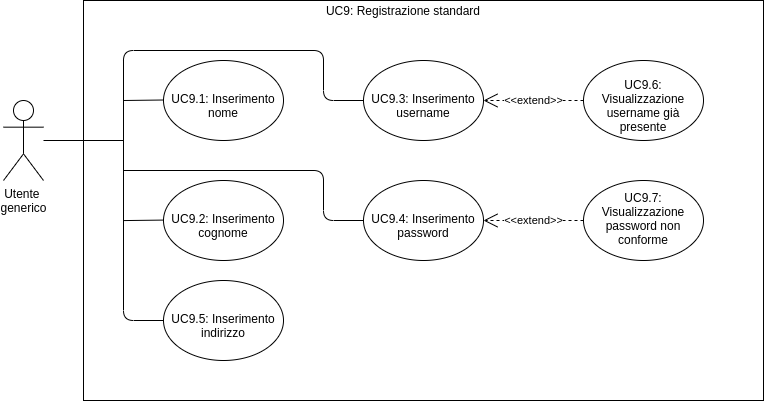
Above: Images/AnalisiRequisiti/UC09.png in techsweave/TechSWEaveDocumentation (draw.io), before the change. Source tidied: cells renumbered, new cells last; positions are measured from the earlier drawing's top-left corner, leaving out a move shared by most shapes.
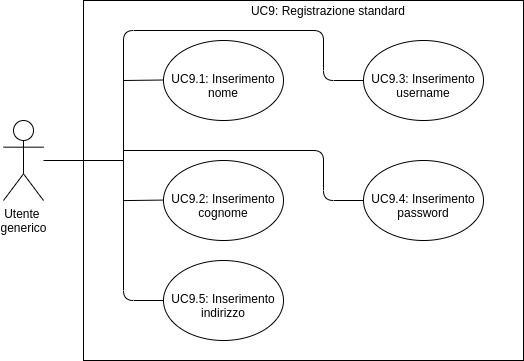
The same diagram one commit later.

Change to the diagram source:
```diff
@@ -3,13 +3,13 @@
     <mxCell id="0" />
     <mxCell id="1" parent="0" />
     <mxCell id="2" style="rounded=0;whiteSpace=wrap;html=1;fillColor=none;" parent="1" vertex="1">
-      <mxGeometry x="80" width="680" height="400" as="geometry" />
+      <mxGeometry x="80" y="20" width="440" height="360" as="geometry" />
     </mxCell>
     <mxCell id="3" style="edgeStyle=orthogonalEdgeStyle;rounded=0;jettySize=auto;html=1;entryX=0;entryY=0.5;entryDx=0;entryDy=0;strokeColor=none;" parent="1" edge="1" source="4" target="5">
       <mxGeometry relative="1" as="geometry" />
     </mxCell>
     <mxCell id="4" value="&lt;div&gt;Utente &lt;br&gt;&lt;/div&gt;&lt;div&gt;generico&lt;/div&gt;" style="shape=umlActor;verticalLabelPosition=bottom;verticalAlign=top;html=1;outlineConnect=0;" parent="1" vertex="1">
-      <mxGeometry y="100" width="40" height="80" as="geometry" />
+      <mxGeometry y="140" width="40" height="80" as="geometry" />
     </mxCell>
     <mxCell id="5" value="UC9.1: Inserimento nome" style="ellipse;whiteSpace=wrap;html=1;spacingTop=10;fillColor=none;" parent="1" vertex="1">
       <mxGeometry x="160" y="60" width="120" height="80" as="geometry" />
@@ -19,8 +19,8 @@
     </mxCell>
     <mxCell id="7" style="endArrow=none;html=1;" parent="1" edge="1">
       <mxGeometry relative="1" as="geometry">
-        <mxPoint x="40" y="140" as="sourcePoint" />
-        <mxPoint x="120" y="140" as="targetPoint" />
+        <mxPoint x="40" y="180" as="sourcePoint" />
+        <mxPoint x="120" y="180" as="targetPoint" />
       </mxGeometry>
     </mxCell>
     <mxCell id="8" style="endArrow=none;html=1;exitX=0;exitY=0.5;exitDx=0;exitDy=0;entryX=0;entryY=0.5;entryDx=0;entryDy=0;" parent="1" edge="1" source="18" target="9">
@@ -54,23 +54,9 @@
         </Array>
       </mxGeometry>
     </mxCell>
-    <mxCell id="13" value="&lt;div&gt;&lt;span&gt;UC9.6: Visualizzazione username già presente&lt;/span&gt;&lt;/div&gt;" style="ellipse;whiteSpace=wrap;html=1;spacingTop=10;fillColor=none;align=center;" parent="1" vertex="1">
-      <mxGeometry x="580" y="60" width="120" height="80" as="geometry" />
-    </mxCell>
-    <mxCell id="14" value="&amp;lt;&amp;lt;extend&amp;gt;&amp;gt;" style="endArrow=open;endSize=12;dashed=1;html=1;exitX=0;exitY=0.5;exitDx=0;exitDy=0;entryX=1;entryY=0.5;entryDx=0;entryDy=0;" parent="1" edge="1" source="13" target="9">
-      <mxGeometry relative="1" as="geometry" />
-    </mxCell>
     <mxCell id="15" value="UC9: Registrazione standard" style="text;html=1;strokeColor=none;fillColor=none;align=center;verticalAlign=middle;whiteSpace=wrap;rounded=0;" parent="1" vertex="1">
-      <mxGeometry x="315" width="170" height="20" as="geometry" />
+      <mxGeometry x="240" y="20" width="170" height="20" as="geometry" />
     </mxCell>
-    <mxCell id="16" value="&lt;div&gt;&lt;span&gt;UC9.7: Visualizzazione password non conforme&lt;/span&gt;&lt;/div&gt;&lt;div&gt;&lt;span&gt;&lt;br&gt;&lt;/span&gt;&lt;/div&gt;" style="ellipse;whiteSpace=wrap;html=1;spacingTop=10;fillColor=none;align=center;" parent="1" vertex="1">
-      <mxGeometry x="580" y="180" width="120" height="80" as="geometry" />
-    </mxCell>
-    <mxCell id="17" value="&amp;lt;&amp;lt;extend&amp;gt;&amp;gt;" style="endArrow=open;endSize=12;dashed=1;html=1;exitX=0;exitY=0.5;exitDx=0;exitDy=0;entryX=1;entryY=0.5;entryDx=0;entryDy=0;" parent="1" edge="1" source="16">
-      <mxGeometry relative="1" as="geometry">
-        <mxPoint x="480" y="220" as="targetPoint" />
-      </mxGeometry>
-    </mxCell>
     <mxCell id="18" value="UC9.5: Inserimento indirizzo" style="ellipse;whiteSpace=wrap;html=1;spacingTop=10;fillColor=none;" parent="1" vertex="1">
       <mxGeometry x="160" y="280" width="120" height="80" as="geometry" />
     </mxCell>
```
